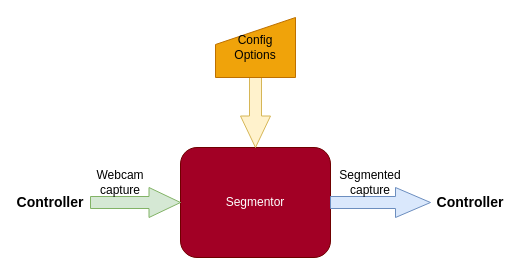
GreatSharky/CoHSCI keeps this draw.io diagram as segment_architecture.drawio. Above is the earlier version. Source tidied: cells renumbered, new cells numbered last; positions are measured from the earlier drawing's top-left corner, leaving out a move shared by most shapes. Both pictures are drawn from the tidied source at 100%, with x=0, y=0 at pixel (20, 17).
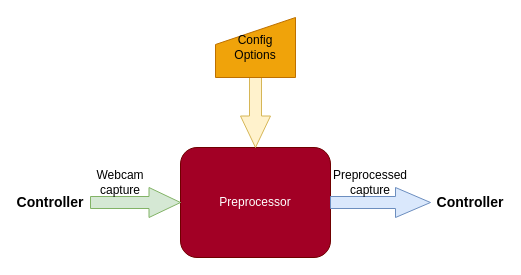
After the change.

What changed in the source:
```diff
@@
 <mxGraphModel>
   <root>
     <mxCell id="0" />
     <mxCell id="1" parent="0" />
-    <mxCell id="2" value="Segmentor" style="rounded=1;whiteSpace=wrap;html=1;fillColor=#a20025;fontColor=#ffffff;strokeColor=#6F0000;" parent="1" vertex="1">
+    <mxCell id="2" value="Preprocessor" style="rounded=1;whiteSpace=wrap;html=1;fillColor=#a20025;fontColor=#ffffff;strokeColor=#6F0000;" parent="1" vertex="1">
       <mxGeometry x="160" y="130" width="150" height="110" as="geometry" />
     </mxCell>
     <mxCell id="3" style="shape=singleArrow;whiteSpace=wrap;html=1;arrowWidth=0.4;arrowSize=0.35;fillColor=#d5e8d4;strokeColor=#82b366;" parent="1" vertex="1">
       <mxGeometry x="70" y="170" width="90" height="30" as="geometry" />
     </mxCell>
     <mxCell id="4" value="Webcam&lt;div&gt;capture&lt;/div&gt;" style="text;html=1;whiteSpace=wrap;strokeColor=none;fillColor=none;align=center;verticalAlign=middle;rounded=0;" parent="1" vertex="1">
       <mxGeometry x="70" y="150" width="60" height="30" as="geometry" />
     </mxCell>
     <mxCell id="5" value="Controller" style="text;html=1;whiteSpace=wrap;strokeColor=none;fillColor=none;align=center;verticalAlign=middle;rounded=0;fontSize=14;fontStyle=1;" parent="1" vertex="1">
       <mxGeometry y="170" width="60" height="30" as="geometry" />
     </mxCell>
     <mxCell id="6" style="shape=singleArrow;whiteSpace=wrap;html=1;arrowWidth=0.4;arrowSize=0.35;fillColor=#dae8fc;strokeColor=#6c8ebf;" parent="1" vertex="1">
       <mxGeometry x="310" y="170" width="100" height="30" as="geometry" />
     </mxCell>
     <mxCell id="7" style="shape=singleArrow;whiteSpace=wrap;html=1;arrowWidth=0.4;arrowSize=0.35;rotation=90;fillColor=#fff2cc;strokeColor=#d6b656;" parent="1" vertex="1">
       <mxGeometry x="190" y="70" width="90" height="30" as="geometry" />
     </mxCell>
     <mxCell id="8" value="Controller" style="text;html=1;whiteSpace=wrap;strokeColor=none;fillColor=none;align=center;verticalAlign=middle;rounded=0;fontSize=14;fontStyle=1;" parent="1" vertex="1">
       <mxGeometry x="420" y="170" width="60" height="30" as="geometry" />
     </mxCell>
-    <mxCell id="9" value="Segmented capture" style="text;html=1;whiteSpace=wrap;strokeColor=none;fillColor=none;align=center;verticalAlign=middle;rounded=0;" parent="1" vertex="1">
+    <mxCell id="9" value="Preprocessed capture" style="text;html=1;whiteSpace=wrap;strokeColor=none;fillColor=none;align=center;verticalAlign=middle;rounded=0;" parent="1" vertex="1">
       <mxGeometry x="320" y="150" width="60" height="30" as="geometry" />
     </mxCell>
     <mxCell id="10" value="Config&lt;div&gt;Options&lt;/div&gt;" style="shape=manualInput;whiteSpace=wrap;html=1;size=27;fillColor=#f0a30a;fontColor=#000000;strokeColor=#BD7000;" parent="1" vertex="1">
       <mxGeometry x="195" width="80" height="60" as="geometry" />
     </mxCell>
   </root>
 </mxGraphModel>
```
